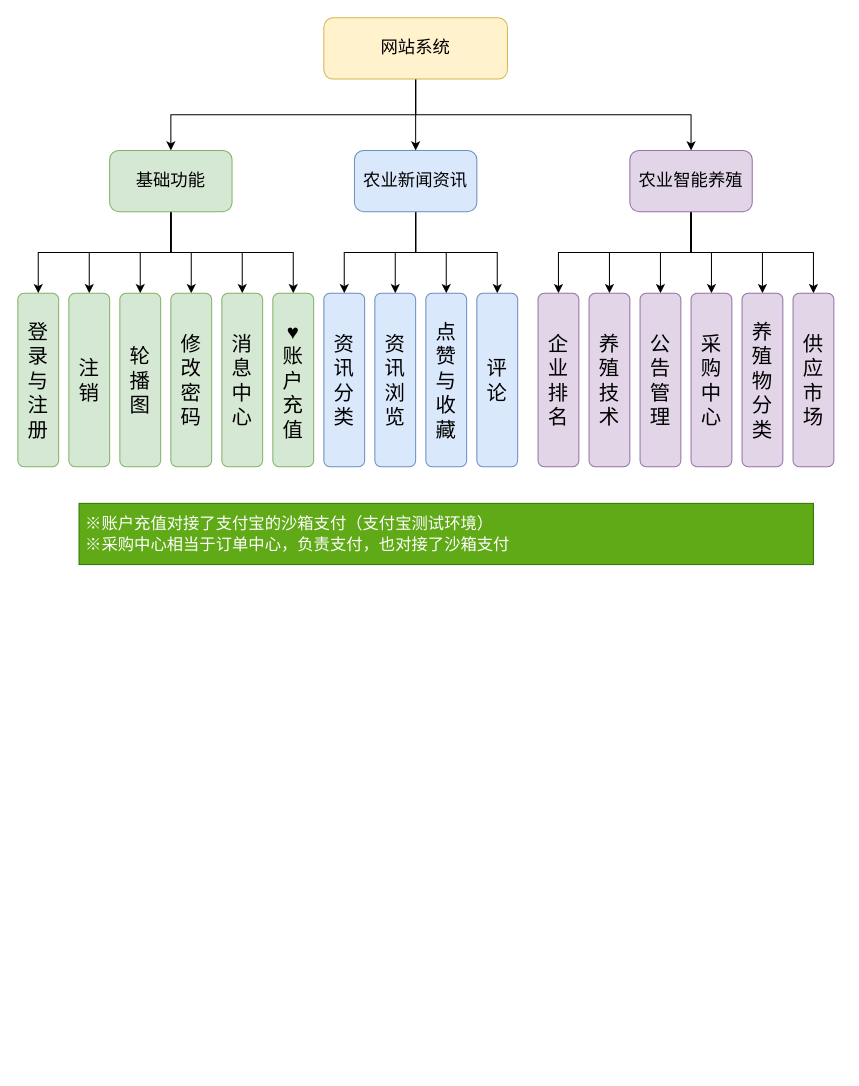
Earlier version of the draw.io diagram 10-农业大数据.drawio (redcomet88/DRAW). Source tidied: cells renumbered, new cells numbered last; positions are measured from the earlier drawing's top-left corner, leaving out a move shared by most shapes. Both pictures are drawn from the tidied source at 102%, with x=0, y=0 at pixel (17, 17).
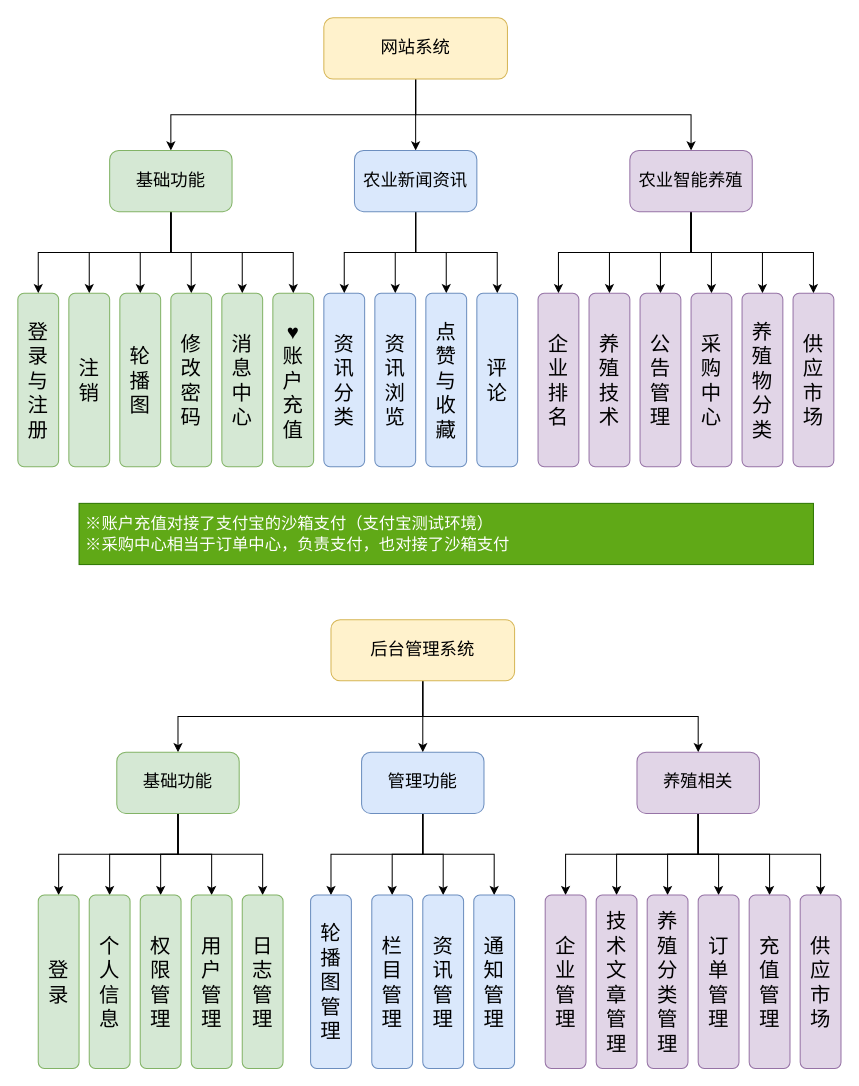
The same diagram, later.

Commit message (it also covers changes not shown here):
Update 10-农业大数据.drawio

The edit, as a diff of the source:
```diff
@@
+    <mxCell id="42" style="edgeStyle=orthogonalEdgeStyle;rounded=0;jettySize=auto;html=1;exitX=0.5;exitY=1;exitDx=0;exitDy=0;entryX=0.5;entryY=0;entryDx=0;entryDy=0;fontFamily=Times New Roman;fontSize=17;shadow=0;sketch=0;" parent="1" edge="1" source="45" target="56">
+      <mxGeometry relative="1" as="geometry" />
+    </mxCell>
+    <mxCell id="43" style="edgeStyle=orthogonalEdgeStyle;rounded=0;jettySize=auto;html=1;exitX=0.5;exitY=1;exitDx=0;exitDy=0;entryX=0.5;entryY=0;entryDx=0;entryDy=0;fontFamily=Times New Roman;fontSize=17;shadow=0;sketch=0;" parent="1" edge="1" source="45" target="51">
+      <mxGeometry relative="1" as="geometry" />
+    </mxCell>
+    <mxCell id="44" style="edgeStyle=orthogonalEdgeStyle;rounded=0;jettySize=auto;html=1;exitX=0.5;exitY=1;exitDx=0;exitDy=0;fontFamily=Times New Roman;fontSize=17;shadow=0;sketch=0;" parent="1" edge="1" source="45" target="63">
+      <mxGeometry relative="1" as="geometry" />
+    </mxCell>
+    <mxCell id="45" value="后台管理系统" style="rounded=1;whiteSpace=wrap;html=1;fontFamily=Times New Roman;fontSize=17;shadow=0;sketch=0;fillColor=#fff2cc;strokeColor=#d6b656;" parent="1" vertex="1">
+      <mxGeometry x="307" y="590" width="180" height="60" as="geometry" />
+    </mxCell>
+    <mxCell id="46" style="edgeStyle=orthogonalEdgeStyle;rounded=0;sketch=0;jettySize=auto;html=1;exitX=0.5;exitY=1;exitDx=0;exitDy=0;entryX=0.5;entryY=0;entryDx=0;entryDy=0;shadow=0;fontFamily=Times New Roman;fontSize=17;" parent="1" edge="1" source="51" target="64">
+      <mxGeometry relative="1" as="geometry" />
+    </mxCell>
+    <mxCell id="47" style="edgeStyle=orthogonalEdgeStyle;rounded=0;sketch=0;jettySize=auto;html=1;exitX=0.5;exitY=1;exitDx=0;exitDy=0;entryX=0.5;entryY=0;entryDx=0;entryDy=0;shadow=0;fontFamily=Times New Roman;fontSize=17;" parent="1" edge="1" source="51" target="65">
+      <mxGeometry relative="1" as="geometry" />
+    </mxCell>
+    <mxCell id="48" style="edgeStyle=orthogonalEdgeStyle;rounded=0;sketch=0;jettySize=auto;html=1;exitX=0.5;exitY=1;exitDx=0;exitDy=0;entryX=0.5;entryY=0;entryDx=0;entryDy=0;shadow=0;fontFamily=Times New Roman;fontSize=17;" parent="1" edge="1" source="51" target="67">
+      <mxGeometry relative="1" as="geometry" />
+    </mxCell>
+    <mxCell id="49" style="edgeStyle=orthogonalEdgeStyle;rounded=0;sketch=0;jettySize=auto;html=1;exitX=0.5;exitY=1;exitDx=0;exitDy=0;entryX=0.5;entryY=0;entryDx=0;entryDy=0;shadow=0;fontFamily=Times New Roman;fontSize=17;" parent="1" edge="1" source="51" target="66">
+      <mxGeometry relative="1" as="geometry" />
+    </mxCell>
+    <mxCell id="50" style="edgeStyle=orthogonalEdgeStyle;rounded=0;sketch=0;jettySize=auto;html=1;exitX=0.5;exitY=1;exitDx=0;exitDy=0;entryX=0.5;entryY=0;entryDx=0;entryDy=0;shadow=0;fontFamily=Times New Roman;fontSize=17;" parent="1" edge="1" source="51" target="68">
+      <mxGeometry relative="1" as="geometry" />
+    </mxCell>
+    <mxCell id="51" value="基础功能" style="rounded=1;whiteSpace=wrap;html=1;fillColor=#d5e8d4;fontFamily=Times New Roman;fontSize=17;shadow=0;sketch=0;strokeColor=#82b366;" parent="1" vertex="1">
+      <mxGeometry x="97" y="720" width="120" height="60" as="geometry" />
+    </mxCell>
+    <mxCell id="52" style="edgeStyle=orthogonalEdgeStyle;rounded=0;sketch=0;jettySize=auto;html=1;exitX=0.5;exitY=1;exitDx=0;exitDy=0;entryX=0.5;entryY=0;entryDx=0;entryDy=0;shadow=0;fontFamily=Times New Roman;fontSize=17;" parent="1" edge="1" source="56" target="69">
+      <mxGeometry relative="1" as="geometry" />
+    </mxCell>
+    <mxCell id="53" style="edgeStyle=orthogonalEdgeStyle;rounded=0;sketch=0;jettySize=auto;html=1;exitX=0.5;exitY=1;exitDx=0;exitDy=0;entryX=0.5;entryY=0;entryDx=0;entryDy=0;shadow=0;fontFamily=Times New Roman;fontSize=17;" parent="1" edge="1" source="56" target="70">
+      <mxGeometry relative="1" as="geometry" />
+    </mxCell>
+    <mxCell id="54" style="edgeStyle=orthogonalEdgeStyle;rounded=0;sketch=0;jettySize=auto;html=1;exitX=0.5;exitY=1;exitDx=0;exitDy=0;shadow=0;fontFamily=Times New Roman;fontSize=17;" parent="1" edge="1" source="56" target="71">
+      <mxGeometry relative="1" as="geometry" />
+    </mxCell>
+    <mxCell id="55" style="edgeStyle=orthogonalEdgeStyle;rounded=0;jettySize=auto;html=1;exitX=0.5;exitY=1;exitDx=0;exitDy=0;entryX=0.5;entryY=0;entryDx=0;entryDy=0;shadow=0;fontSize=16;" parent="1" edge="1" source="56" target="77">
+      <mxGeometry relative="1" as="geometry" />
+    </mxCell>
+    <mxCell id="56" value="管理功能" style="rounded=1;whiteSpace=wrap;html=1;fontFamily=Times New Roman;fontSize=17;shadow=0;sketch=0;fillColor=#dae8fc;strokeColor=#6c8ebf;" parent="1" vertex="1">
+      <mxGeometry x="337" y="720" width="120" height="60" as="geometry" />
+    </mxCell>
+    <mxCell id="57" style="edgeStyle=orthogonalEdgeStyle;rounded=0;sketch=0;jettySize=auto;html=1;exitX=0.5;exitY=1;exitDx=0;exitDy=0;entryX=0.5;entryY=0;entryDx=0;entryDy=0;shadow=0;fontFamily=Times New Roman;fontSize=17;" parent="1" edge="1" source="63" target="72">
+      <mxGeometry relative="1" as="geometry" />
+    </mxCell>
+    <mxCell id="58" style="edgeStyle=orthogonalEdgeStyle;rounded=0;sketch=0;jettySize=auto;html=1;exitX=0.5;exitY=1;exitDx=0;exitDy=0;entryX=0.5;entryY=0;entryDx=0;entryDy=0;shadow=0;fontFamily=Times New Roman;fontSize=17;" parent="1" edge="1" source="63" target="73">
+      <mxGeometry relative="1" as="geometry" />
+    </mxCell>
+    <mxCell id="59" style="edgeStyle=orthogonalEdgeStyle;rounded=0;sketch=0;jettySize=auto;html=1;exitX=0.5;exitY=1;exitDx=0;exitDy=0;entryX=0.5;entryY=0;entryDx=0;entryDy=0;shadow=0;fontFamily=Times New Roman;fontSize=17;" parent="1" edge="1" source="63" target="74">
+      <mxGeometry relative="1" as="geometry" />
+    </mxCell>
+    <mxCell id="60" style="edgeStyle=orthogonalEdgeStyle;rounded=0;sketch=0;jettySize=auto;html=1;exitX=0.5;exitY=1;exitDx=0;exitDy=0;entryX=0.5;entryY=0;entryDx=0;entryDy=0;shadow=0;fontFamily=Times New Roman;fontSize=17;" parent="1" edge="1" source="63" target="75">
+      <mxGeometry relative="1" as="geometry" />
+    </mxCell>
+    <mxCell id="61" style="edgeStyle=orthogonalEdgeStyle;rounded=0;jettySize=auto;html=1;exitX=0.5;exitY=1;exitDx=0;exitDy=0;entryX=0.5;entryY=0;entryDx=0;entryDy=0;shadow=0;" parent="1" edge="1" source="63" target="76">
+      <mxGeometry relative="1" as="geometry" />
+    </mxCell>
+    <mxCell id="62" style="edgeStyle=orthogonalEdgeStyle;rounded=0;jettySize=auto;html=1;exitX=0.5;exitY=1;exitDx=0;exitDy=0;entryX=0.5;entryY=0;entryDx=0;entryDy=0;shadow=0;" parent="1" edge="1" source="63" target="78">
+      <mxGeometry relative="1" as="geometry" />
+    </mxCell>
+    <mxCell id="63" value="养殖相关" style="rounded=1;whiteSpace=wrap;html=1;fontFamily=Times New Roman;fontSize=17;shadow=0;sketch=0;fillColor=#e1d5e7;strokeColor=#9673a6;" parent="1" vertex="1">
+      <mxGeometry x="607" y="720" width="120" height="60" as="geometry" />
+    </mxCell>
+    <mxCell id="64" value="登录" style="rounded=1;verticalAlign=middle;horizontal=1;whiteSpace=wrap;html=1;fontSize=20;shadow=0;fillColor=#d5e8d4;strokeColor=#82b366;" parent="1" vertex="1">
+      <mxGeometry x="20" y="860" width="40" height="170" as="geometry" />
+    </mxCell>
+    <mxCell id="65" value="个人信息" style="rounded=1;verticalAlign=middle;horizontal=1;whiteSpace=wrap;html=1;fontSize=20;shadow=0;fillColor=#d5e8d4;strokeColor=#82b366;" parent="1" vertex="1">
+      <mxGeometry x="70" y="860" width="40" height="170" as="geometry" />
+    </mxCell>
+    <mxCell id="66" value="权限管理" style="rounded=1;verticalAlign=middle;horizontal=1;whiteSpace=wrap;html=1;fontSize=20;shadow=0;fillColor=#d5e8d4;strokeColor=#82b366;" parent="1" vertex="1">
+      <mxGeometry x="120" y="860" width="40" height="170" as="geometry" />
+    </mxCell>
+    <mxCell id="67" value="日志管理" style="rounded=1;verticalAlign=middle;horizontal=1;whiteSpace=wrap;html=1;fontSize=20;shadow=0;fillColor=#d5e8d4;strokeColor=#82b366;" parent="1" vertex="1">
+      <mxGeometry x="220" y="860" width="40" height="170" as="geometry" />
+    </mxCell>
+    <mxCell id="68" value="用户管理" style="rounded=1;verticalAlign=middle;horizontal=1;whiteSpace=wrap;html=1;fontSize=20;shadow=0;fillColor=#d5e8d4;strokeColor=#82b366;" parent="1" vertex="1">
+      <mxGeometry x="170" y="860" width="40" height="170" as="geometry" />
+    </mxCell>
+    <mxCell id="69" value="栏目管理" style="rounded=1;verticalAlign=middle;horizontal=1;whiteSpace=wrap;html=1;fontSize=20;shadow=0;fillColor=#dae8fc;strokeColor=#6c8ebf;" parent="1" vertex="1">
+      <mxGeometry x="347" y="860" width="40" height="170" as="geometry" />
+    </mxCell>
+    <mxCell id="70" value="资讯管理" style="rounded=1;verticalAlign=middle;horizontal=1;whiteSpace=wrap;html=1;fontSize=20;shadow=0;fillColor=#dae8fc;strokeColor=#6c8ebf;" parent="1" vertex="1">
+      <mxGeometry x="397" y="860" width="40" height="170" as="geometry" />
+    </mxCell>
+    <mxCell id="71" value="通知管理" style="rounded=1;verticalAlign=middle;horizontal=1;whiteSpace=wrap;html=1;fontSize=20;shadow=0;fillColor=#dae8fc;strokeColor=#6c8ebf;" parent="1" vertex="1">
+      <mxGeometry x="447" y="860" width="40" height="170" as="geometry" />
+    </mxCell>
+    <mxCell id="72" value="企业管理" style="rounded=1;verticalAlign=middle;horizontal=1;whiteSpace=wrap;html=1;fontSize=20;shadow=0;fillColor=#e1d5e7;strokeColor=#9673a6;" parent="1" vertex="1">
+      <mxGeometry x="517" y="860" width="40" height="170" as="geometry" />
+    </mxCell>
+    <mxCell id="73" value="技术文章管理" style="rounded=1;verticalAlign=middle;horizontal=1;whiteSpace=wrap;html=1;fontSize=20;shadow=0;fillColor=#e1d5e7;strokeColor=#9673a6;" parent="1" vertex="1">
+      <mxGeometry x="567" y="860" width="40" height="170" as="geometry" />
+    </mxCell>
+    <mxCell id="74" value="养殖分类管理" style="rounded=1;verticalAlign=middle;horizontal=1;whiteSpace=wrap;html=1;fontSize=20;shadow=0;fillColor=#e1d5e7;strokeColor=#9673a6;" parent="1" vertex="1">
+      <mxGeometry x="617" y="860" width="40" height="170" as="geometry" />
+    </mxCell>
+    <mxCell id="75" value="订单管理" style="rounded=1;verticalAlign=middle;horizontal=1;whiteSpace=wrap;html=1;fontSize=20;shadow=0;fillColor=#e1d5e7;strokeColor=#9673a6;" parent="1" vertex="1">
+      <mxGeometry x="667" y="860" width="40" height="170" as="geometry" />
+    </mxCell>
+    <mxCell id="76" value="充值管理" style="rounded=1;verticalAlign=middle;horizontal=1;whiteSpace=wrap;html=1;fontSize=20;shadow=0;fillColor=#e1d5e7;strokeColor=#9673a6;" parent="1" vertex="1">
+      <mxGeometry x="717" y="860" width="40" height="170" as="geometry" />
+    </mxCell>
+    <mxCell id="77" value="轮播图管理" style="rounded=1;verticalAlign=middle;horizontal=1;whiteSpace=wrap;html=1;fontSize=20;shadow=0;fillColor=#dae8fc;strokeColor=#6c8ebf;" parent="1" vertex="1">
+      <mxGeometry x="287" y="860" width="40" height="170" as="geometry" />
+    </mxCell>
+    <mxCell id="78" value="供应市场" style="rounded=1;verticalAlign=middle;horizontal=1;whiteSpace=wrap;html=1;fontSize=20;shadow=0;fillColor=#e1d5e7;strokeColor=#9673a6;" parent="1" vertex="1">
+      <mxGeometry x="767" y="860" width="40" height="170" as="geometry" />
+    </mxCell>
```
